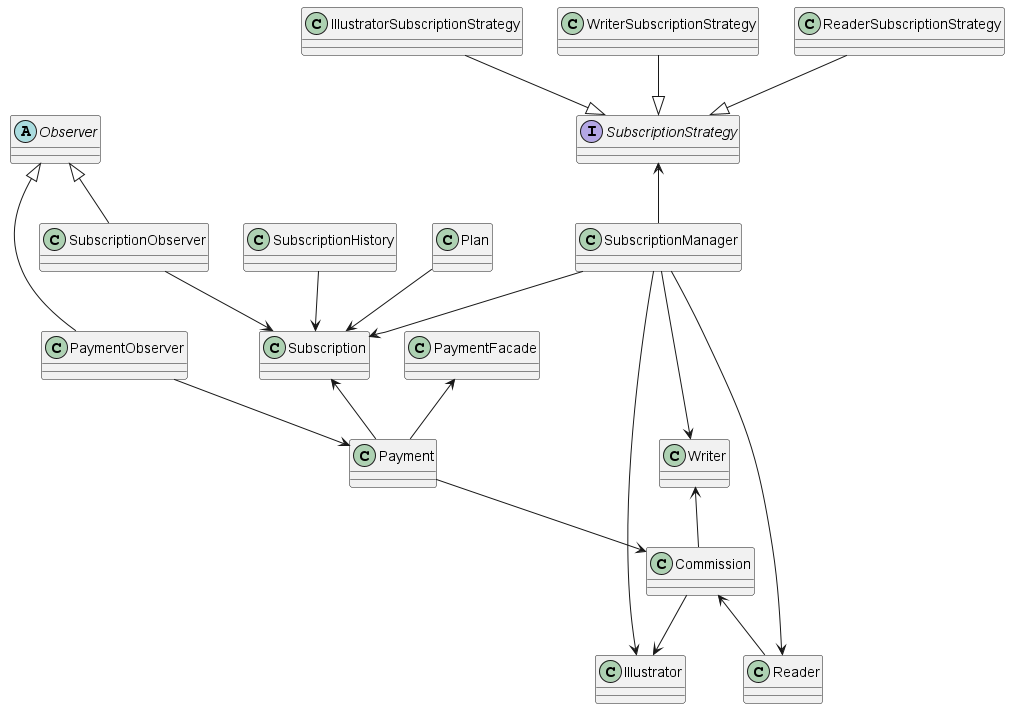
This is assets/Class Diagrams/ArtCollab-monetization-context.png from Aplicaciones-Web-WX53-Group2-ArtCollab/Report, a PlantUML export, as it was before one commit. The source it was exported from:
```plantuml
@startuml

class Subscription{
}

class Reader{
}

class Writer{
}

class Illustrator{

}

class Plan{
}

class SubscriptionManager{
}

class Commission{
}

class Payment{
}

class SubscriptionHistory{
}

interface SubscriptionStrategy{
}

class ReaderSubscriptionStrategy{
}

class WriterSubscriptionStrategy{
}

class IllustratorSubscriptionStrategy{
}

class PaymentFacade{
}

abstract class Observer{
}

class SubscriptionObserver{
}

class PaymentObserver{
}

Observer <|-- SubscriptionObserver

Observer <|-- PaymentObserver

SubscriptionObserver --> Subscription

PaymentObserver --> Payment

PaymentFacade <-- Payment

SubscriptionStrategy <-- SubscriptionManager

SubscriptionStrategy <|-up- ReaderSubscriptionStrategy

SubscriptionStrategy <|-up- WriterSubscriptionStrategy

SubscriptionStrategy <|-up- IllustratorSubscriptionStrategy

SubscriptionManager --> Subscription

SubscriptionManager --> Reader

SubscriptionManager --> Writer

SubscriptionManager --> Illustrator

Plan --> Subscription

Commission -up-> Writer

Commission --> Illustrator

Commission <-- Reader

Payment -up-> Subscription

Payment --> Commission

SubscriptionHistory --> Subscription







@enduml
```
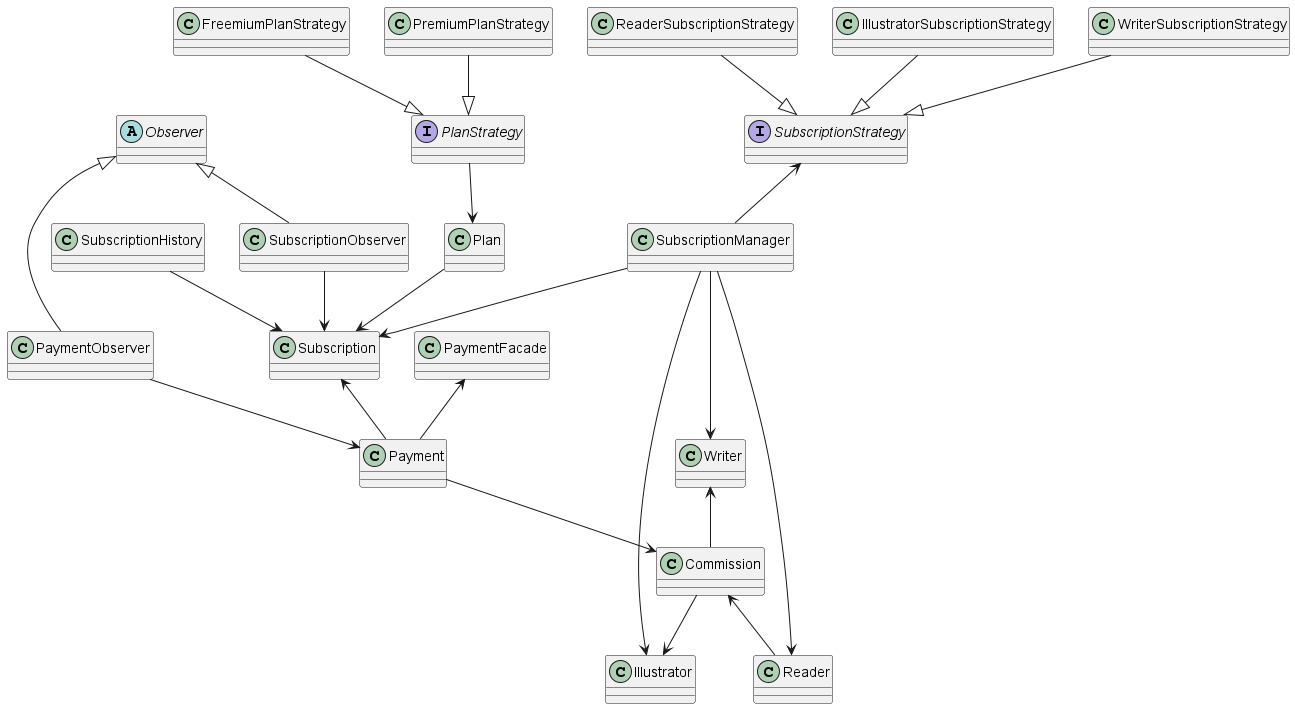
The same file after the commit.

Commit message:
fix: Added Strategy Pattern for Plan on class diagram

The edit, as a diff of the source:
```diff
@@ -52,6 +52,21 @@
 class PaymentObserver{
 }
 
+interface PlanStrategy{
+}
+
+class FreemiumPlanStrategy{
+}
+
+class PremiumPlanStrategy{
+}
+
+PlanStrategy <|-up- FreemiumPlanStrategy
+
+PlanStrategy <|-up- PremiumPlanStrategy
+
+PlanStrategy --> Plan
+
 Observer <|-- SubscriptionObserver
 
 Observer <|-- PaymentObserver
```
